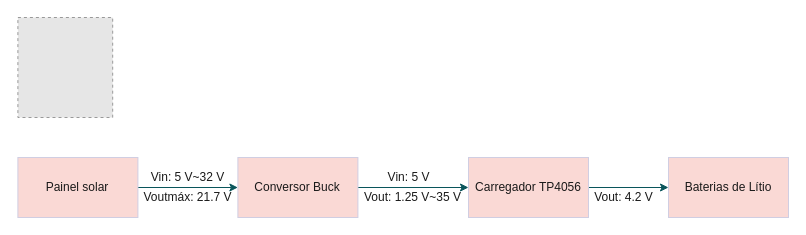
This is page "Conexão carregamento" (5 of 6) of docs/general_project_block_diagram.drawio from victoriafabris/robo-anticolisao-arduino-python, a draw.io file, before an edit. Source tidied: cells renumbered, new cells numbered last; positions are measured from the earlier drawing's top-left corner, leaving out a move shared by most shapes. Both pictures are drawn from the tidied source at 100%, with x=0, y=0 at pixel (17, 17). Pictures stored in the file or linked from it are replaced by grey dashed boxes.
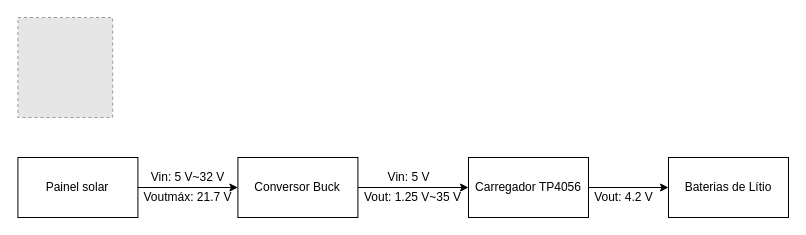
After the change.

Commit message:
adicionado conexão da leitura da bateria

Diff of the diagram source:
```diff
@@
 <mxGraphModel>
   <root>
     <mxCell id="0" />
     <mxCell id="1" parent="0" />
-    <mxCell id="2" style="edgeStyle=orthogonalEdgeStyle;curved=0;rounded=1;sketch=0;jettySize=auto;html=1;exitX=1;exitY=0.5;exitDx=0;exitDy=0;entryX=0;entryY=0.5;entryDx=0;entryDy=0;fontColor=#1A1A1A;strokeColor=#09555B;" parent="1" edge="1" source="3" target="5">
+    <mxCell id="2" style="edgeStyle=orthogonalEdgeStyle;curved=0;rounded=1;sketch=0;jettySize=auto;html=1;exitX=1;exitY=0.5;exitDx=0;exitDy=0;entryX=0;entryY=0.5;entryDx=0;entryDy=0;" parent="1" edge="1" source="3" target="5">
       <mxGeometry relative="1" as="geometry" />
     </mxCell>
-    <mxCell id="3" value="&lt;span style=&quot;&quot;&gt;Conversor Buck&lt;/span&gt;" style="rounded=0;whiteSpace=wrap;html=1;strokeColor=#D0CEE2;fillColor=#FAD9D5;fontColor=#1A1A1A;" parent="1" vertex="1">
+    <mxCell id="3" value="&lt;span style=&quot;&quot;&gt;Conversor Buck&lt;/span&gt;" style="rounded=0;whiteSpace=wrap;html=1;" parent="1" vertex="1">
       <mxGeometry x="220.4" y="140" width="120" height="60" as="geometry" />
     </mxCell>
-    <mxCell id="4" style="edgeStyle=orthogonalEdgeStyle;curved=0;rounded=1;sketch=0;jettySize=auto;html=1;exitX=1;exitY=0.5;exitDx=0;exitDy=0;entryX=0;entryY=0.5;entryDx=0;entryDy=0;fontColor=#1A1A1A;strokeColor=#09555B;" parent="1" edge="1" source="5" target="10">
+    <mxCell id="4" style="edgeStyle=orthogonalEdgeStyle;curved=0;rounded=1;sketch=0;jettySize=auto;html=1;exitX=1;exitY=0.5;exitDx=0;exitDy=0;entryX=0;entryY=0.5;entryDx=0;entryDy=0;" parent="1" edge="1" source="5" target="10">
       <mxGeometry relative="1" as="geometry" />
     </mxCell>
-    <mxCell id="5" value="Carregador TP4056" style="rounded=0;whiteSpace=wrap;html=1;strokeColor=#D0CEE2;fillColor=#FAD9D5;fontColor=#1A1A1A;" parent="1" vertex="1">
+    <mxCell id="5" value="Carregador TP4056" style="rounded=0;whiteSpace=wrap;html=1;" parent="1" vertex="1">
       <mxGeometry x="451" y="140" width="120" height="60" as="geometry" />
     </mxCell>
-    <mxCell id="6" style="edgeStyle=orthogonalEdgeStyle;curved=0;rounded=1;sketch=0;jettySize=auto;html=1;exitX=1;exitY=0.5;exitDx=0;exitDy=0;entryX=0;entryY=0.5;entryDx=0;entryDy=0;fontColor=#1A1A1A;strokeColor=#09555B;" parent="1" edge="1" source="7" target="3">
+    <mxCell id="6" style="edgeStyle=orthogonalEdgeStyle;curved=0;rounded=1;sketch=0;jettySize=auto;html=1;exitX=1;exitY=0.5;exitDx=0;exitDy=0;entryX=0;entryY=0.5;entryDx=0;entryDy=0;" parent="1" edge="1" source="7" target="3">
       <mxGeometry relative="1" as="geometry" />
     </mxCell>
-    <mxCell id="7" value="Painel solar" style="rounded=0;whiteSpace=wrap;html=1;strokeColor=#D0CEE2;fillColor=#FAD9D5;fontColor=#1A1A1A;" parent="1" vertex="1">
+    <mxCell id="7" value="Painel solar" style="rounded=0;whiteSpace=wrap;html=1;" parent="1" vertex="1">
       <mxGeometry x="0.4" y="140" width="120" height="60" as="geometry" />
     </mxCell>
-    <mxCell id="8" style="fillColor=#E6E6E6;strokeColor=#999999;dashed=1;verticalLabelPosition=bottom;verticalAlign=top;fontColor=#1A1A1A;" parent="1" vertex="1">
+    <mxCell id="8" style="fillColor=#E6E6E6;strokeColor=#999999;dashed=1;verticalLabelPosition=bottom;verticalAlign=top;" parent="1" vertex="1">
       <mxGeometry x="0.4" width="94.8" height="100" as="geometry" />
     </mxCell>
-    <mxCell id="9" value="Voutmáx: 21.7 V" style="text;html=1;align=center;verticalAlign=middle;strokeColor=none;fillColor=none;fontColor=#1A1A1A;" parent="1" vertex="1">
+    <mxCell id="9" value="Voutmáx: 21.7 V" style="text;html=1;align=center;verticalAlign=middle;strokeColor=none;fillColor=none;" parent="1" vertex="1">
       <mxGeometry x="120.3" y="170" width="100" height="20" as="geometry" />
     </mxCell>
-    <mxCell id="10" value="Baterias de Lítio" style="rounded=0;whiteSpace=wrap;html=1;strokeColor=#D0CEE2;fillColor=#FAD9D5;fontColor=#1A1A1A;" parent="1" vertex="1">
+    <mxCell id="10" value="Baterias de Lítio" style="rounded=0;whiteSpace=wrap;html=1;" parent="1" vertex="1">
       <mxGeometry x="651" y="140" width="120" height="60" as="geometry" />
     </mxCell>
-    <mxCell id="11" value="Vout: 1.25 V~35 V" style="text;html=1;align=center;verticalAlign=middle;strokeColor=none;fillColor=none;fontColor=#1A1A1A;" parent="1" vertex="1">
+    <mxCell id="11" value="Vout: 1.25 V~35 V" style="text;html=1;align=center;verticalAlign=middle;strokeColor=none;fillColor=none;" parent="1" vertex="1">
       <mxGeometry x="340.4" y="170" width="110" height="20" as="geometry" />
     </mxCell>
-    <mxCell id="12" value="Vin: 5 V~32 V" style="text;html=1;align=center;verticalAlign=middle;strokeColor=none;fillColor=none;fontColor=#1A1A1A;" parent="1" vertex="1">
+    <mxCell id="12" value="Vin: 5 V~32 V" style="text;html=1;align=center;verticalAlign=middle;strokeColor=none;fillColor=none;" parent="1" vertex="1">
       <mxGeometry x="125.3" y="150" width="90" height="20" as="geometry" />
     </mxCell>
-    <mxCell id="13" value="Vin: 5 V" style="text;html=1;align=center;verticalAlign=middle;strokeColor=none;fillColor=none;fontColor=#1A1A1A;" parent="1" vertex="1">
+    <mxCell id="13" value="Vin: 5 V" style="text;html=1;align=center;verticalAlign=middle;strokeColor=none;fillColor=none;" parent="1" vertex="1">
       <mxGeometry x="361" y="150" width="60" height="20" as="geometry" />
     </mxCell>
-    <mxCell id="14" value="Vout: 4.2 V" style="text;html=1;align=center;verticalAlign=middle;strokeColor=none;fillColor=none;fontColor=#1A1A1A;" parent="1" vertex="1">
+    <mxCell id="14" value="Vout: 4.2 V" style="text;html=1;align=center;verticalAlign=middle;strokeColor=none;fillColor=none;" parent="1" vertex="1">
       <mxGeometry x="571" y="170" width="70" height="20" as="geometry" />
     </mxCell>
   </root>
 </mxGraphModel>
```
